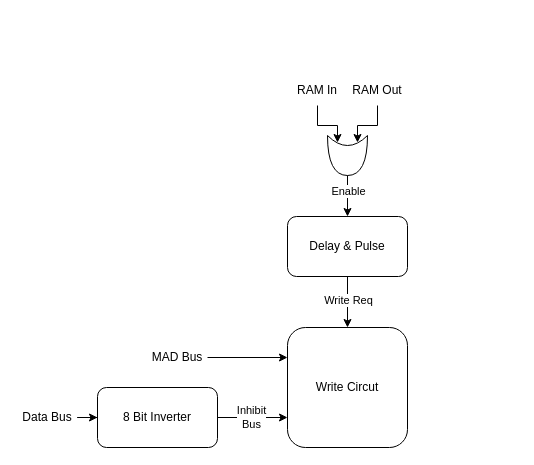
Above: page "Write" (4 of 4) of General/Magnetic Memory.drawio in omzz15/Magnetic-Memory (draw.io), before the change. Source tidied: cells renumbered, new cells numbered last; positions are measured from the earlier drawing's top-left corner, leaving out a move shared by most shapes. Both pictures are drawn from the tidied source at 100%, with x=0, y=0 at pixel (17, 75).
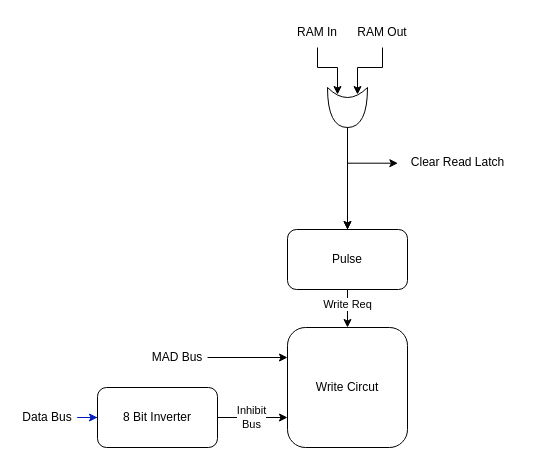
Above is the later version.

Unchanged cells that the change refers to:
```xml
<mxCell id="13" value="Data Bus" style="text;html=1;strokeColor=none;fillColor=none;align=center;verticalAlign=middle;whiteSpace=wrap;rounded=0;" parent="1" vertex="1">
  <mxGeometry y="327" width="60" height="30" as="geometry" />
</mxCell>
<mxCell id="16" value="8 Bit Inverter" style="rounded=1;whiteSpace=wrap;html=1;" parent="1" vertex="1">
  <mxGeometry x="80" y="312" width="120" height="60" as="geometry" />
</mxCell>
<mxCell id="17" style="edgeStyle=orthogonalEdgeStyle;rounded=0;jettySize=auto;html=1;entryX=0.5;entryY=0;entryDx=0;entryDy=0;" parent="1" edge="1" source="19" target="2">
  <mxGeometry relative="1" as="geometry" />
</mxCell>
```

Diff of the diagram source:
```diff
@@
-    <mxCell id="3" style="edgeStyle=orthogonalEdgeStyle;rounded=0;orthogonalLoop=1;jettySize=auto;html=1;exitX=1;exitY=0.5;exitDx=0;exitDy=0;exitPerimeter=0;" parent="1" edge="1">
-      <mxGeometry relative="1" as="geometry">
-        <mxPoint x="330" y="98" as="sourcePoint" />
-        <mxPoint x="330" y="141" as="targetPoint" />
-      </mxGeometry>
-    </mxCell>
-    <mxCell id="4" value="Enable" style="edgeLabel;html=1;align=center;verticalAlign=middle;" parent="3" vertex="1">
-      <mxGeometry x="-0.23" relative="1" as="geometry" />
-    </mxCell>
+    <mxCell id="20" style="edgeStyle=orthogonalEdgeStyle;rounded=0;jettySize=auto;html=1;exitX=1;exitY=0.5;exitDx=0;exitDy=0;exitPerimeter=0;entryX=0.5;entryY=0;entryDx=0;entryDy=0;" parent="1" edge="1" source="5" target="19">
+      <mxGeometry relative="1" as="geometry" />
+    </mxCell>
+    <mxCell id="21" style="edgeStyle=orthogonalEdgeStyle;rounded=0;jettySize=auto;html=1;" parent="1" edge="1" source="5" target="19">
+      <mxGeometry relative="1" as="geometry" />
+    </mxCell>
     <mxCell id="5" style="shape=xor;whiteSpace=wrap;html=1;rotation=90;" parent="1" vertex="1">
-      <mxGeometry x="310" y="60" width="40" height="40" as="geometry" />
+      <mxGeometry x="310" y="12" width="40" height="40" as="geometry" />
     </mxCell>
     <mxCell id="6" value="RAM In" style="text;html=1;strokeColor=none;fillColor=none;align=center;verticalAlign=middle;whiteSpace=wrap;rounded=0;" parent="1" vertex="1">
-      <mxGeometry x="270" width="60" height="30" as="geometry" />
+      <mxGeometry x="270" y="-58" width="60" height="30" as="geometry" />
     </mxCell>
     <mxCell id="7" value="RAM Out" style="text;html=1;strokeColor=none;fillColor=none;align=center;verticalAlign=middle;whiteSpace=wrap;rounded=0;" parent="1" vertex="1">
-      <mxGeometry x="330" width="60" height="30" as="geometry" />
+      <mxGeometry x="335" y="-58" width="60" height="30" as="geometry" />
     </mxCell>
-    <mxCell id="8" style="edgeStyle=orthogonalEdgeStyle;rounded=0;jettySize=auto;html=1;entryX=0.175;entryY=0.75;entryDx=0;entryDy=0;entryPerimeter=0;" parent="1" edge="1" source="6" target="5">
+    <mxCell id="8" style="edgeStyle=orthogonalEdgeStyle;rounded=0;jettySize=auto;html=1;entryX=0.175;entryY=0.75;entryDx=0;entryDy=0;entryPerimeter=0;exitX=0.5;exitY=1;exitDx=0;exitDy=0;" parent="1" edge="1" source="6" target="5">
       <mxGeometry relative="1" as="geometry" />
     </mxCell>
-    <mxCell id="9" style="edgeStyle=orthogonalEdgeStyle;rounded=0;jettySize=auto;html=1;entryX=0.175;entryY=0.25;entryDx=0;entryDy=0;entryPerimeter=0;" parent="1" edge="1" source="7" target="5">
+    <mxCell id="9" style="edgeStyle=orthogonalEdgeStyle;rounded=0;jettySize=auto;html=1;entryX=0.175;entryY=0.25;entryDx=0;entryDy=0;entryPerimeter=0;exitX=0.5;exitY=1;exitDx=0;exitDy=0;" parent="1" edge="1" source="7" target="5">
       <mxGeometry relative="1" as="geometry" />
     </mxCell>
@@
-    <mxCell id="12" style="edgeStyle=orthogonalEdgeStyle;rounded=0;jettySize=auto;html=1;entryX=0;entryY=0.5;entryDx=0;entryDy=0;" parent="1" edge="1" source="13" target="16">
+    <mxCell id="12" style="edgeStyle=orthogonalEdgeStyle;rounded=0;jettySize=auto;html=1;entryX=0;entryY=0.5;entryDx=0;entryDy=0;fillColor=#0050ef;strokeColor=#001DBC;" parent="1" edge="1" source="13" target="16">
       <mxGeometry relative="1" as="geometry" />
     </mxCell>
@@
+    <mxCell id="22" style="edgeStyle=orthogonalEdgeStyle;rounded=0;jettySize=auto;html=1;entryX=0.5;entryY=0;entryDx=0;entryDy=0;" parent="1" edge="1" source="19">
+      <mxGeometry relative="1" as="geometry">
+        <mxPoint x="330" y="182" as="targetPoint" />
+      </mxGeometry>
+    </mxCell>
@@
     <mxCell id="18" value="Write Req" style="edgeLabel;html=1;align=center;verticalAlign=middle;" parent="17" vertex="1">
-      <mxGeometry x="-0.08" relative="1" as="geometry" />
+      <mxGeometry x="-0.35" y="-1" relative="1" as="geometry" />
     </mxCell>
-    <mxCell id="19" value="Delay &amp;amp; Pulse" style="rounded=1;whiteSpace=wrap;html=1;" parent="1" vertex="1">
-      <mxGeometry x="270" y="141" width="120" height="60" as="geometry" />
+    <mxCell id="19" value="Pulse" style="rounded=1;whiteSpace=wrap;html=1;" parent="1" vertex="1">
+      <mxGeometry x="270" y="154" width="120" height="60" as="geometry" />
     </mxCell>
+    <mxCell id="23" value="Clear Read Latch" style="text;html=1;align=center;verticalAlign=middle;points=[];strokeColor=none;fillColor=none;" parent="1" vertex="1">
+      <mxGeometry x="380" y="72" width="120" height="30" as="geometry" />
+    </mxCell>
+    <mxCell id="24" style="edgeStyle=orthogonalEdgeStyle;rounded=0;jettySize=auto;html=1;entryX=0.003;entryY=0.523;entryDx=0;entryDy=0;entryPerimeter=0;exitX=1;exitY=0.5;exitDx=0;exitDy=0;exitPerimeter=0;" parent="1" edge="1" source="5" target="23">
+      <mxGeometry relative="1" as="geometry" />
+    </mxCell>
```
